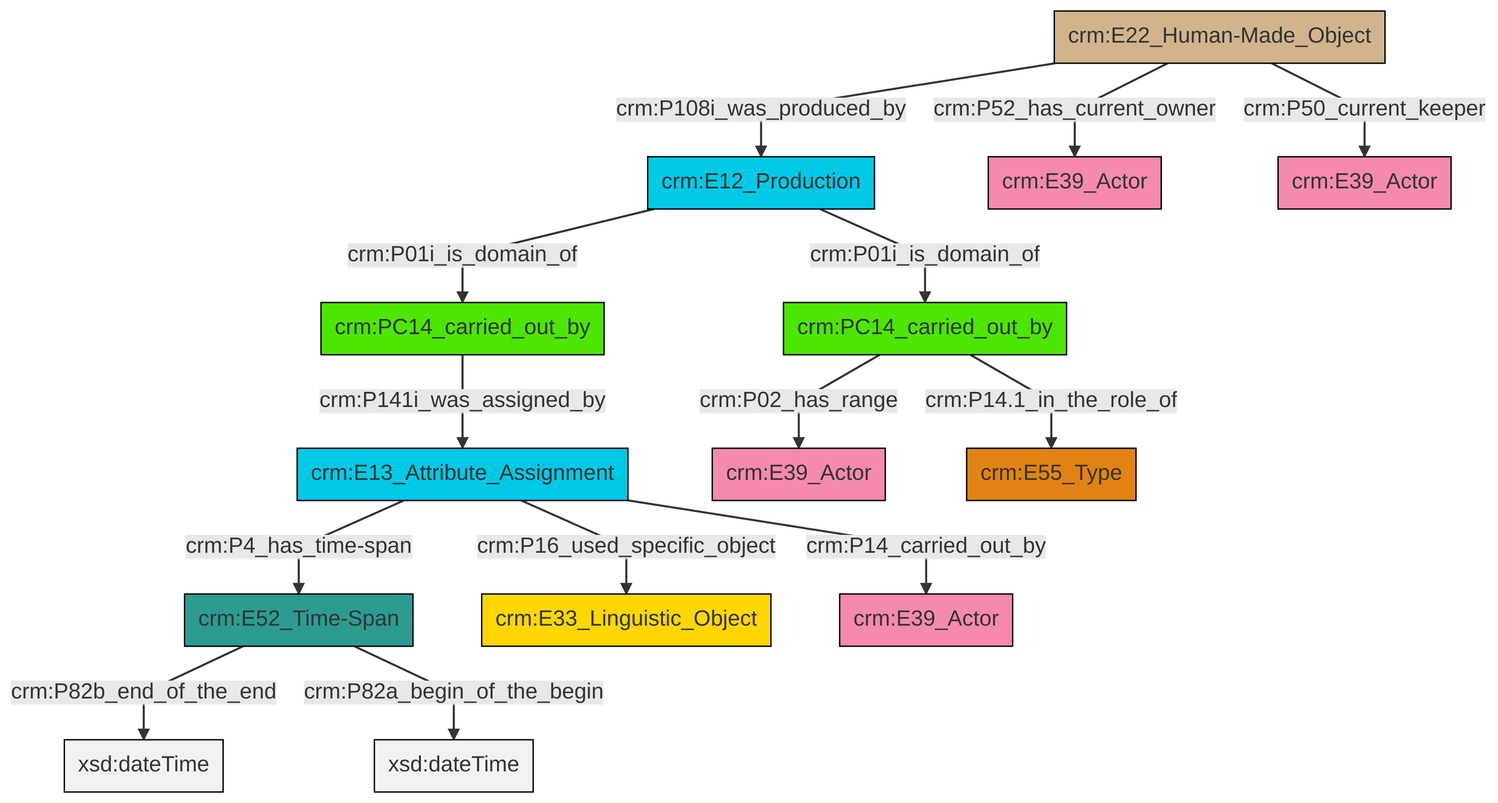
swiss-art-research-net/docs.swissartresearch keeps this Mermaid diagram as et/carrierCSV/ttl/mmd/png/carrier_relations.png. Above is the earlier version. Its source is kept beside it as et/carrierCSV/ttl/mmd/carrier_relations.ttl.mmd.
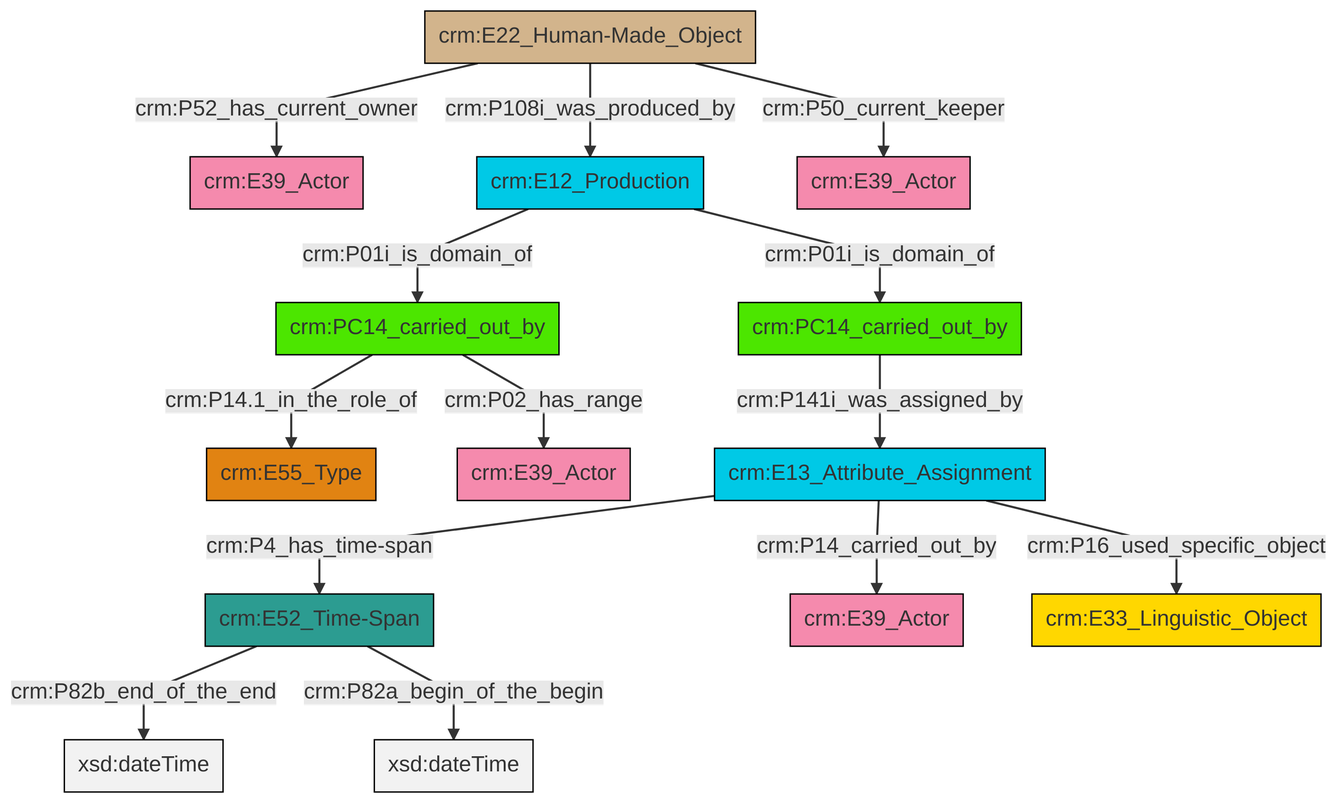
After the commit.

What changed in the source:
```diff
@@ -13,16 +13,16 @@
 classDef PC_Classes fill:#4ce600, stroke:#000000;
 classDef Multi fill:#cccccc,stroke:#000000;
 
-0["crm:E52_Time-Span"]:::Time-Span -->|crm:P82b_end_of_the_end| 1[xsd:dateTime]:::Literal
-4["crm:PC14_carried_out_by"]:::PC_Classes -->|crm:P141i_was_assigned_by| 5["crm:E13_Attribute_Assignment"]:::Temporal_Entity
-5["crm:E13_Attribute_Assignment"]:::Temporal_Entity -->|crm:P4_has_time-span| 0["crm:E52_Time-Span"]:::Time-Span
-2["crm:E22_Human-Made_Object"]:::Physical_Thing -->|crm:P108i_was_produced_by| 11["crm:E12_Production"]:::Temporal_Entity
-2["crm:E22_Human-Made_Object"]:::Physical_Thing -->|crm:P52_has_current_owner| 13["crm:E39_Actor"]:::Actor
-0["crm:E52_Time-Span"]:::Time-Span -->|crm:P82a_begin_of_the_begin| 14[xsd:dateTime]:::Literal
-2["crm:E22_Human-Made_Object"]:::Physical_Thing -->|crm:P50_current_keeper| 15["crm:E39_Actor"]:::Actor
-11["crm:E12_Production"]:::Temporal_Entity -->|crm:P01i_is_domain_of| 8["crm:PC14_carried_out_by"]:::PC_Classes
-11["crm:E12_Production"]:::Temporal_Entity -->|crm:P01i_is_domain_of| 4["crm:PC14_carried_out_by"]:::PC_Classes
-5["crm:E13_Attribute_Assignment"]:::Temporal_Entity -->|crm:P14_carried_out_by| 23["crm:E39_Actor"]:::Actor
-5["crm:E13_Attribute_Assignment"]:::Temporal_Entity -->|crm:P16_used_specific_object| 21["crm:E33_Linguistic_Object"]:::Conceptual_Object
-8["crm:PC14_carried_out_by"]:::PC_Classes -->|crm:P02_has_range| 6["crm:E39_Actor"]:::Actor
-8["crm:PC14_carried_out_by"]:::PC_Classes -->|crm:P14.1_in_the_role_of| 18["crm:E55_Type"]:::Type
+0["crm:PC14_carried_out_by"]:::PC_Classes -->|crm:P14.1_in_the_role_of| 1["crm:E55_Type"]:::Type
+0["crm:PC14_carried_out_by"]:::PC_Classes -->|crm:P02_has_range| 2["crm:E39_Actor"]:::Actor
+3["crm:E22_Human-Made_Object"]:::Physical_Thing -->|crm:P52_has_current_owner| 4["crm:E39_Actor"]:::Actor
+6["crm:E52_Time-Span"]:::Time-Span -->|crm:P82b_end_of_the_end| 7[xsd:dateTime]:::Literal
+8["crm:E12_Production"]:::Temporal_Entity -->|crm:P01i_is_domain_of| 0["crm:PC14_carried_out_by"]:::PC_Classes
+10["crm:E13_Attribute_Assignment"]:::Temporal_Entity -->|crm:P14_carried_out_by| 11["crm:E39_Actor"]:::Actor
+10["crm:E13_Attribute_Assignment"]:::Temporal_Entity -->|crm:P16_used_specific_object| 14["crm:E33_Linguistic_Object"]:::Conceptual_Object
+20["crm:PC14_carried_out_by"]:::PC_Classes -->|crm:P141i_was_assigned_by| 10["crm:E13_Attribute_Assignment"]:::Temporal_Entity
+10["crm:E13_Attribute_Assignment"]:::Temporal_Entity -->|crm:P4_has_time-span| 6["crm:E52_Time-Span"]:::Time-Span
+6["crm:E52_Time-Span"]:::Time-Span -->|crm:P82a_begin_of_the_begin| 25[xsd:dateTime]:::Literal
+8["crm:E12_Production"]:::Temporal_Entity -->|crm:P01i_is_domain_of| 20["crm:PC14_carried_out_by"]:::PC_Classes
+3["crm:E22_Human-Made_Object"]:::Physical_Thing -->|crm:P50_current_keeper| 16["crm:E39_Actor"]:::Actor
+3["crm:E22_Human-Made_Object"]:::Physical_Thing -->|crm:P108i_was_produced_by| 8["crm:E12_Production"]:::Temporal_Entity
```
